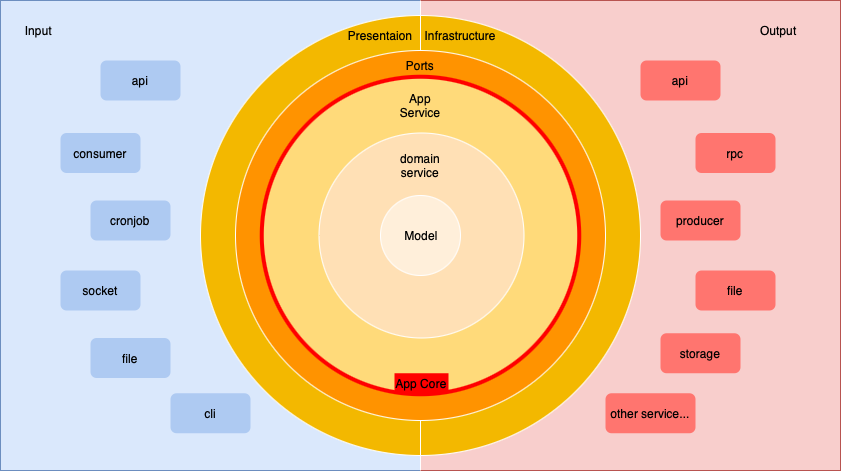
This is Onion Architecture.drawio.png from yuntai229/Onion-Architecture-Go, a draw.io export, as it was before one commit. Source tidied: cells renumbered, new cells last; positions are measured from the earlier drawing's top-left corner, leaving out a move shared by most shapes.
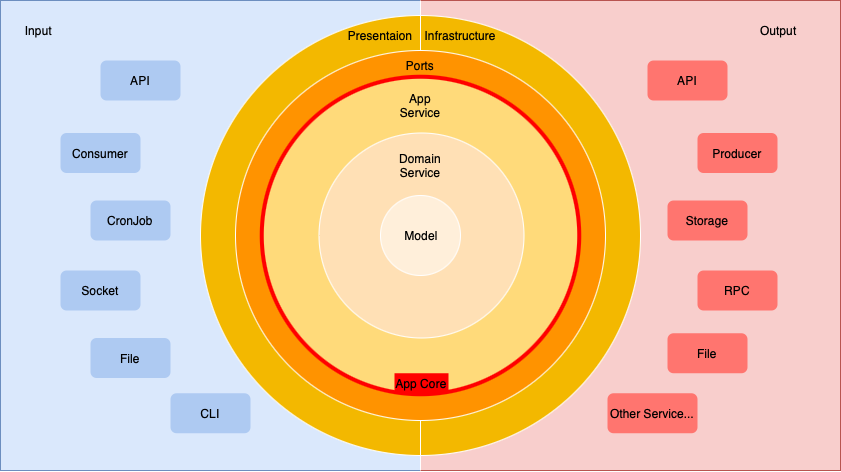
After the change.

Commit message:
Doc: Update Onion Architecture diagram

Diff of the diagram source:
```diff
@@ -32,7 +32,7 @@
     <mxCell id="10" value="App Service" style="text;html=1;align=center;verticalAlign=middle;whiteSpace=wrap;rounded=0;" parent="1" vertex="1">
       <mxGeometry x="390" y="90" width="60" height="30" as="geometry" />
     </mxCell>
-    <mxCell id="11" value="domain service" style="text;html=1;align=center;verticalAlign=middle;whiteSpace=wrap;rounded=0;" parent="1" vertex="1">
+    <mxCell id="11" value="Domain Service" style="text;html=1;align=center;verticalAlign=middle;whiteSpace=wrap;rounded=0;" parent="1" vertex="1">
       <mxGeometry x="390" y="150" width="60" height="30" as="geometry" />
     </mxCell>
     <mxCell id="12" value="Model" style="text;html=1;align=center;verticalAlign=middle;whiteSpace=wrap;rounded=0;" parent="1" vertex="1">
@@ -53,41 +53,41 @@
     <mxCell id="17" value="Output&amp;nbsp;" style="text;html=1;align=center;verticalAlign=middle;whiteSpace=wrap;rounded=0;" parent="1" vertex="1">
       <mxGeometry x="740" y="15" width="80" height="30" as="geometry" />
     </mxCell>
-    <mxCell id="18" value="cli" style="rounded=1;whiteSpace=wrap;html=1;fillColor=#AECAF2;strokeColor=none;" parent="1" vertex="1">
+    <mxCell id="18" value="CLI" style="rounded=1;whiteSpace=wrap;html=1;fillColor=#AECAF2;strokeColor=none;" parent="1" vertex="1">
       <mxGeometry x="170" y="392.8" width="80" height="40" as="geometry" />
     </mxCell>
-    <mxCell id="19" value="socket" style="rounded=1;whiteSpace=wrap;html=1;fillColor=#AECAF2;strokeColor=none;" parent="1" vertex="1">
+    <mxCell id="19" value="Socket" style="rounded=1;whiteSpace=wrap;html=1;fillColor=#AECAF2;strokeColor=none;" parent="1" vertex="1">
       <mxGeometry x="60" y="270" width="80" height="40" as="geometry" />
     </mxCell>
-    <mxCell id="20" value="file" style="rounded=1;whiteSpace=wrap;html=1;fillColor=#AECAF2;strokeColor=none;" parent="1" vertex="1">
+    <mxCell id="20" value="File" style="rounded=1;whiteSpace=wrap;html=1;fillColor=#AECAF2;strokeColor=none;" parent="1" vertex="1">
       <mxGeometry x="90" y="337.5" width="80" height="40" as="geometry" />
     </mxCell>
-    <mxCell id="21" value="cronjob" style="rounded=1;whiteSpace=wrap;html=1;fillColor=#AECAF2;strokeColor=none;" parent="1" vertex="1">
+    <mxCell id="21" value="CronJob" style="rounded=1;whiteSpace=wrap;html=1;fillColor=#AECAF2;strokeColor=none;" parent="1" vertex="1">
       <mxGeometry x="90" y="200" width="80" height="40" as="geometry" />
     </mxCell>
-    <mxCell id="22" value="consumer" style="rounded=1;whiteSpace=wrap;html=1;fillColor=#AECAF2;strokeColor=none;" parent="1" vertex="1">
+    <mxCell id="22" value="Consumer" style="rounded=1;whiteSpace=wrap;html=1;fillColor=#AECAF2;strokeColor=none;" parent="1" vertex="1">
       <mxGeometry x="60" y="132.5" width="80" height="40" as="geometry" />
     </mxCell>
-    <mxCell id="23" value="api" style="rounded=1;whiteSpace=wrap;html=1;fillColor=#AECAF2;strokeColor=none;" parent="1" vertex="1">
+    <mxCell id="23" value="API" style="rounded=1;whiteSpace=wrap;html=1;fillColor=#AECAF2;strokeColor=none;" parent="1" vertex="1">
       <mxGeometry x="100" y="60" width="80" height="40" as="geometry" />
     </mxCell>
-    <mxCell id="24" value="rpc" style="rounded=1;whiteSpace=wrap;html=1;fillColor=#FF756F;strokeColor=none;" parent="1" vertex="1">
-      <mxGeometry x="695" y="132.5" width="80" height="40" as="geometry" />
+    <mxCell id="24" value="RPC" style="rounded=1;whiteSpace=wrap;html=1;fillColor=#FF756F;strokeColor=none;" parent="1" vertex="1">
+      <mxGeometry x="697" y="270" width="80" height="40" as="geometry" />
     </mxCell>
-    <mxCell id="25" value="file" style="rounded=1;whiteSpace=wrap;html=1;fillColor=#FF756F;strokeColor=none;" parent="1" vertex="1">
-      <mxGeometry x="695" y="270" width="80" height="40" as="geometry" />
+    <mxCell id="25" value="File" style="rounded=1;whiteSpace=wrap;html=1;fillColor=#FF756F;strokeColor=none;" parent="1" vertex="1">
+      <mxGeometry x="667" y="332.8" width="80" height="40" as="geometry" />
     </mxCell>
-    <mxCell id="26" value="storage" style="rounded=1;whiteSpace=wrap;html=1;fillColor=#FF756F;strokeColor=none;" parent="1" vertex="1">
-      <mxGeometry x="660" y="332.8" width="80" height="40" as="geometry" />
+    <mxCell id="26" value="Storage" style="rounded=1;whiteSpace=wrap;html=1;fillColor=#FF756F;strokeColor=none;" parent="1" vertex="1">
+      <mxGeometry x="667" y="200" width="80" height="40" as="geometry" />
     </mxCell>
-    <mxCell id="27" value="api" style="rounded=1;whiteSpace=wrap;html=1;fillColor=#FF756F;strokeColor=none;" parent="1" vertex="1">
-      <mxGeometry x="640" y="60" width="80" height="40" as="geometry" />
+    <mxCell id="27" value="API" style="rounded=1;whiteSpace=wrap;html=1;fillColor=#FF756F;strokeColor=none;" parent="1" vertex="1">
+      <mxGeometry x="647" y="60" width="80" height="40" as="geometry" />
     </mxCell>
-    <mxCell id="28" value="other service..." style="rounded=1;whiteSpace=wrap;html=1;fillColor=#FF756F;strokeColor=none;" parent="1" vertex="1">
-      <mxGeometry x="605" y="392.8" width="90" height="40" as="geometry" />
+    <mxCell id="28" value="Other Service..." style="rounded=1;whiteSpace=wrap;html=1;fillColor=#FF756F;strokeColor=none;" parent="1" vertex="1">
+      <mxGeometry x="607" y="392.8" width="90" height="40" as="geometry" />
     </mxCell>
-    <mxCell id="29" value="producer" style="rounded=1;whiteSpace=wrap;html=1;fillColor=#FF756F;strokeColor=none;" parent="1" vertex="1">
-      <mxGeometry x="660" y="200" width="80" height="40" as="geometry" />
+    <mxCell id="29" value="Producer" style="rounded=1;whiteSpace=wrap;html=1;fillColor=#FF756F;strokeColor=none;" parent="1" vertex="1">
+      <mxGeometry x="697" y="132.5" width="80" height="40" as="geometry" />
     </mxCell>
     <mxCell id="30" value="App Core" style="rounded=0;whiteSpace=wrap;html=1;strokeColor=none;fillColor=#FF0000;" parent="1" vertex="1">
       <mxGeometry x="394" y="372.8" width="54" height="20" as="geometry" />
```
